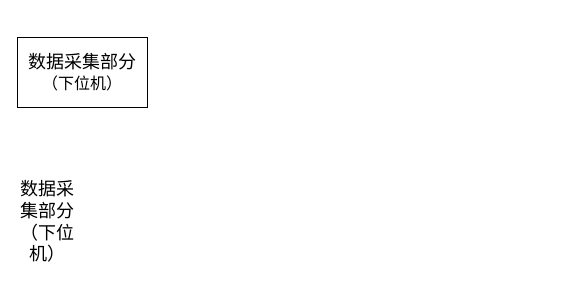
The draw.io diagram 风力发电机SCADA系统数据传输方式 1.drawio in Abccccd/-2, before the edit. Source tidied: cells renumbered, new cells numbered last; positions are measured from the earlier drawing's top-left corner, leaving out a move shared by most shapes. Both pictures are drawn from the tidied source at 100%, with x=0, y=0 at pixel (17, 37).
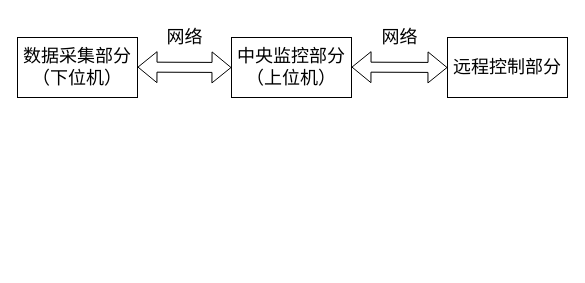
The same diagram, later.

Commit message:
更新风力发电机SCADA系统数据传输方式 1.drawio

Diff of the diagram source:
```diff
@@
 <mxGraphModel>
   <root>
     <mxCell id="0" />
     <mxCell id="1" parent="0" />
-    <mxCell id="2" value="&lt;font face=&quot;SimSun&quot; style=&quot;font-size: 18px;&quot;&gt;数据采集部分&lt;/font&gt;&lt;div&gt;&lt;font size=&quot;3&quot; face=&quot;SimSun&quot; style=&quot;&quot;&gt;（下位机）&lt;/font&gt;&lt;/div&gt;" style="rounded=0;whiteSpace=wrap;html=1;" parent="1" vertex="1">
-      <mxGeometry width="130" height="70" as="geometry" />
+    <mxCell id="2" value="&lt;font face=&quot;SimSun&quot; style=&quot;font-size: 18px;&quot;&gt;数据采集部分&lt;/font&gt;&lt;div&gt;&lt;font face=&quot;SimSun&quot; style=&quot;font-size: 18px;&quot;&gt;（下位机）&lt;/font&gt;&lt;/div&gt;" style="rounded=0;whiteSpace=wrap;html=1;" parent="1" vertex="1">
+      <mxGeometry width="120" height="60" as="geometry" />
     </mxCell>
-    <mxCell id="3" value="&lt;font face=&quot;SimSun&quot;&gt;&lt;span style=&quot;font-size: 18px;&quot;&gt;数据采集部分（下位机）&lt;/span&gt;&lt;/font&gt;" style="text;html=1;align=center;verticalAlign=middle;whiteSpace=wrap;rounded=0;" parent="1" vertex="1">
-      <mxGeometry y="170" width="60" height="30" as="geometry" />
-    </mxCell>
+    <mxCell id="4" value="&lt;span style=&quot;font-size: 18px;&quot;&gt;网络&lt;/span&gt;" style="text;html=1;align=center;verticalAlign=middle;strokeColor=none;fillColor=none;fontFamily=SimSun;" parent="1" vertex="1">
+      <mxGeometry x="137" y="-20" width="60" height="40" as="geometry" />
+    </mxCell>
+    <mxCell id="5" value="&lt;font face=&quot;SimSun&quot; style=&quot;font-size: 18px;&quot;&gt;中央监控部分&lt;/font&gt;&lt;div&gt;&lt;font face=&quot;SimSun&quot; style=&quot;font-size: 18px;&quot;&gt;（上位机）&lt;/font&gt;&lt;/div&gt;" style="rounded=0;whiteSpace=wrap;html=1;" parent="1" vertex="1">
+      <mxGeometry x="214" width="120" height="60" as="geometry" />
+    </mxCell>
+    <mxCell id="6" value="&lt;span style=&quot;font-family: SimSun; font-size: 18px;&quot;&gt;远程控制部分&lt;/span&gt;" style="rounded=0;whiteSpace=wrap;html=1;" parent="1" vertex="1">
+      <mxGeometry x="430" width="120" height="60" as="geometry" />
+    </mxCell>
+    <mxCell id="7" style="shape=flexArrow;endArrow=classic;startArrow=classic;html=1;rounded=0;entryX=0;entryY=0.5;entryDx=0;entryDy=0;" parent="1" edge="1" target="5">
+      <mxGeometry relative="1" as="geometry">
+        <mxPoint x="120" y="29.6" as="sourcePoint" />
+      </mxGeometry>
+    </mxCell>
+    <mxCell id="8" style="shape=flexArrow;endArrow=classic;startArrow=classic;html=1;rounded=0;entryX=0;entryY=0.5;entryDx=0;entryDy=0;entryPerimeter=0;" parent="1" edge="1" target="6">
+      <mxGeometry relative="1" as="geometry">
+        <mxPoint x="334" y="29.6" as="sourcePoint" />
+      </mxGeometry>
+    </mxCell>
+    <mxCell id="9" value="&lt;span style=&quot;font-size: 18px;&quot;&gt;网络&lt;/span&gt;" style="text;html=1;align=center;verticalAlign=middle;strokeColor=none;fillColor=none;fontFamily=SimSun;" parent="1" vertex="1">
+      <mxGeometry x="352" y="-20" width="60" height="40" as="geometry" />
+    </mxCell>
   </root>
 </mxGraphModel>
```
